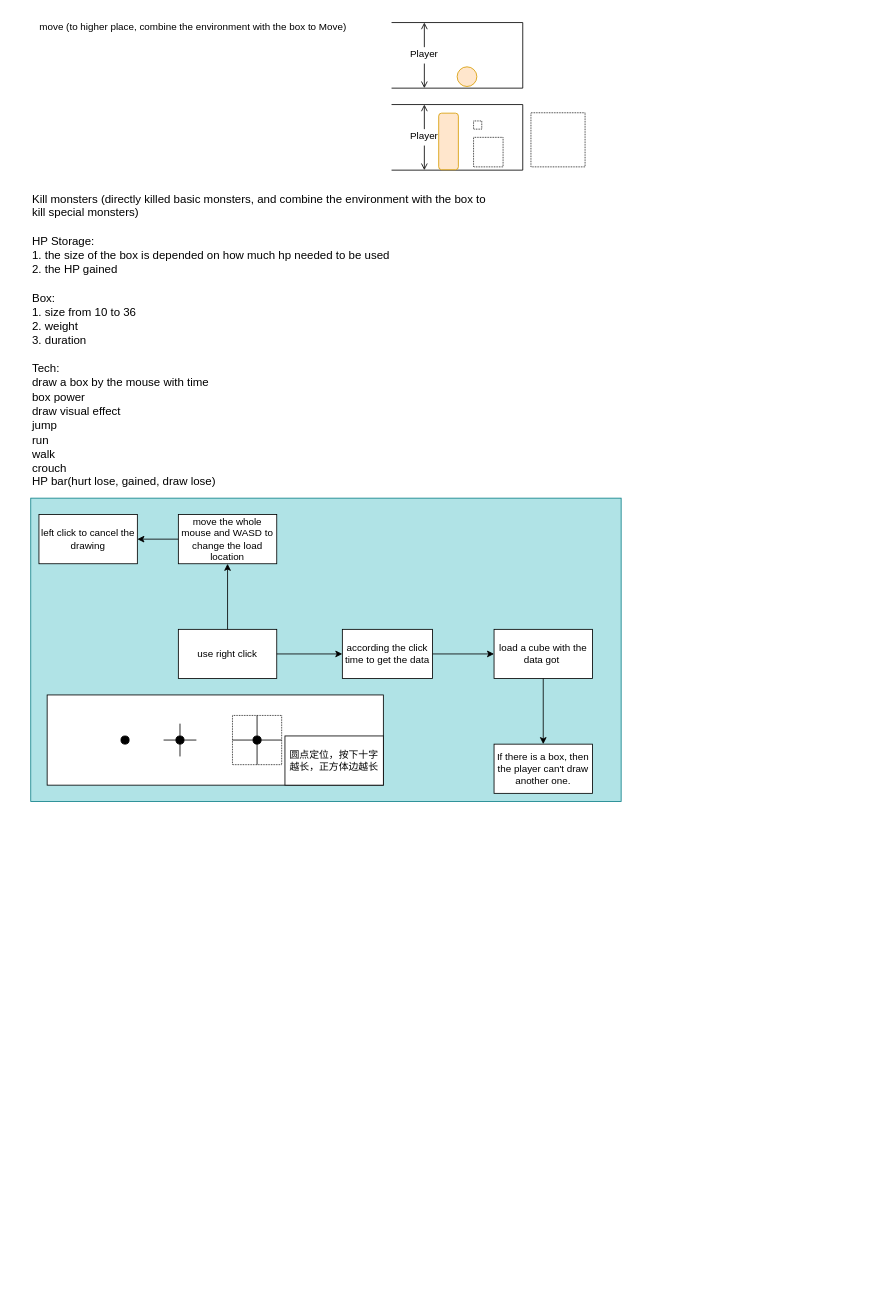
Above: Untitled Diagram.drawio in Yanshang-c/AMD (draw.io), before the change. Source tidied: cells renumbered, new cells numbered last; positions are measured from the earlier drawing's top-left corner, leaving out a move shared by most shapes. Both pictures are drawn from the tidied source at 82%, with x=0, y=0 at pixel (14, 14).
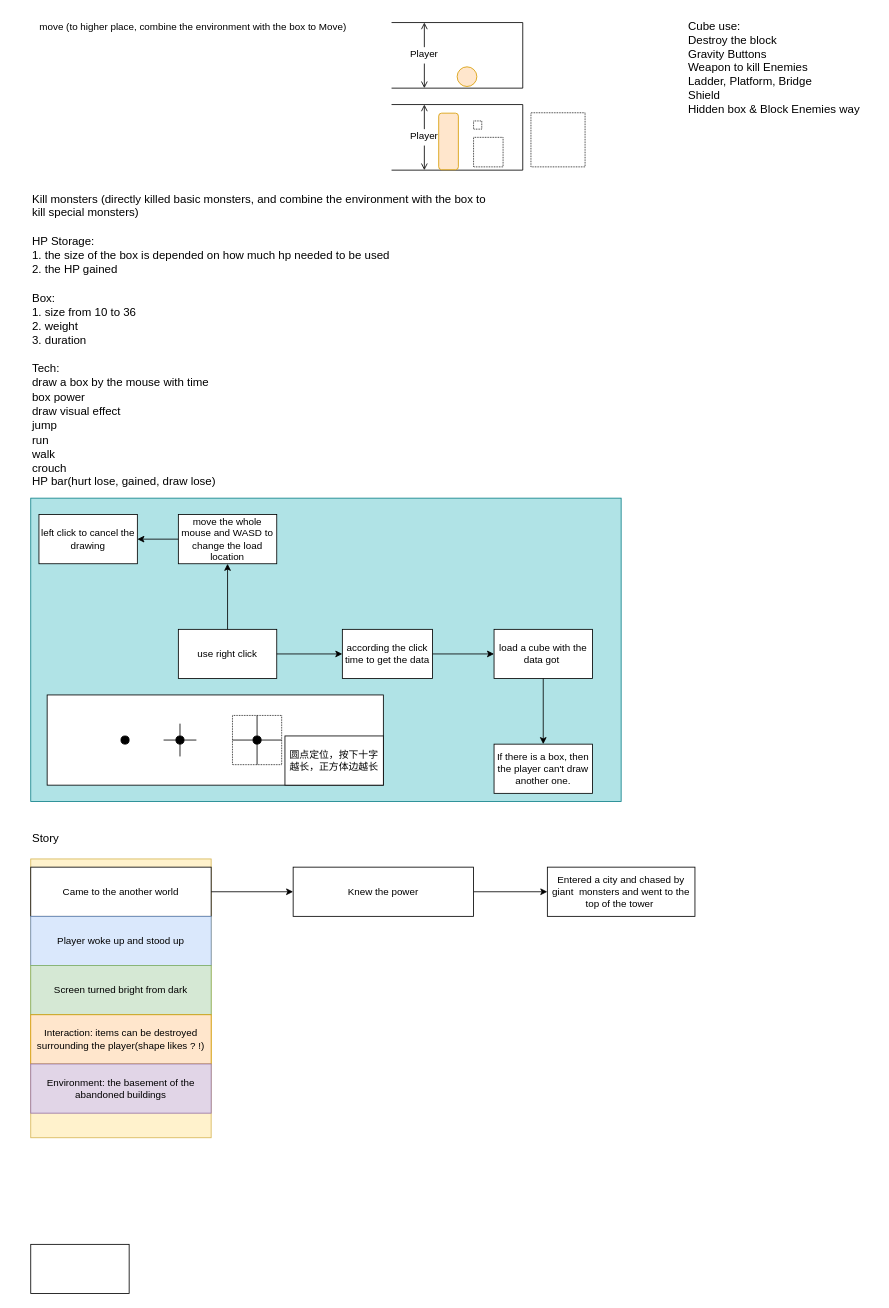
The same page after the edit.

The edit, as a diff of the source:
```diff
@@
+    <mxCell id="47" style="rounded=0;whiteSpace=wrap;html=1;fillColor=#fff2cc;strokeColor=#d6b656;" parent="1" vertex="1">
+      <mxGeometry x="20" y="1030" width="220" height="340" as="geometry" />
+    </mxCell>
@@
+    <mxCell id="48" value="&lt;span style=&quot;color: rgb(0, 0, 0); font-family: 等线, 等线_EmbeddedFont, 等线_MSFontService, sans-serif; font-size: 14px; font-style: normal; font-variant-ligatures: normal; font-variant-caps: normal; font-weight: 400; letter-spacing: normal; orphans: 2; text-align: justify; text-indent: 0px; text-transform: none; widows: 2; word-spacing: 0px; -webkit-text-stroke-width: 0px; background-color: rgb(255, 255, 255); text-decoration-thickness: initial; text-decoration-style: initial; text-decoration-color: initial; float: none; display: inline !important;&quot;&gt;Cube use:&lt;br&gt;Destroy the block&lt;br&gt;Gravity Buttons&lt;br&gt;Weapon to kill Enemies&lt;br&gt;Ladder, Platform, Bridge&lt;br&gt;Shield&lt;br&gt;Hidden box &amp;amp; Block Enemies way&amp;nbsp;&lt;br&gt;&lt;br&gt;&lt;/span&gt;" style="text;whiteSpace=wrap;html=1;" parent="1" vertex="1">
+      <mxGeometry x="820" width="230" height="220" as="geometry" />
+    </mxCell>
+    <mxCell id="49" value="&lt;span style=&quot;color: rgb(0, 0, 0); font-family: 等线, 等线_EmbeddedFont, 等线_MSFontService, sans-serif; font-size: 14px; font-style: normal; font-variant-ligatures: normal; font-variant-caps: normal; font-weight: 400; letter-spacing: normal; orphans: 2; text-align: justify; text-indent: 0px; text-transform: none; widows: 2; word-spacing: 0px; -webkit-text-stroke-width: 0px; background-color: rgb(255, 255, 255); text-decoration-thickness: initial; text-decoration-style: initial; text-decoration-color: initial; float: none; display: inline !important;&quot;&gt;Story&lt;br&gt;&lt;/span&gt;" style="text;whiteSpace=wrap;html=1;" parent="1" vertex="1">
+      <mxGeometry x="20" y="990" width="230" height="30" as="geometry" />
+    </mxCell>
+    <mxCell id="50" style="edgeStyle=orthogonalEdgeStyle;rounded=0;jettySize=auto;html=1;" parent="1" edge="1" source="51" target="53">
+      <mxGeometry relative="1" as="geometry" />
+    </mxCell>
+    <mxCell id="51" value="Came to the another world" style="rounded=0;whiteSpace=wrap;html=1;" parent="1" vertex="1">
+      <mxGeometry x="20" y="1040" width="220" height="60" as="geometry" />
+    </mxCell>
+    <mxCell id="52" style="edgeStyle=orthogonalEdgeStyle;rounded=0;jettySize=auto;html=1;" parent="1" edge="1" source="53" target="54">
+      <mxGeometry relative="1" as="geometry" />
+    </mxCell>
+    <mxCell id="53" value="Knew the power" style="whiteSpace=wrap;html=1;rounded=0;" parent="1" vertex="1">
+      <mxGeometry x="340" y="1040" width="220" height="60" as="geometry" />
+    </mxCell>
+    <mxCell id="54" value="Entered a city and chased by giant&amp;nbsp; monsters and went to the top of the tower&amp;nbsp;" style="whiteSpace=wrap;html=1;rounded=0;" parent="1" vertex="1">
+      <mxGeometry x="650" y="1040" width="180" height="60" as="geometry" />
+    </mxCell>
+    <mxCell id="55" value="Player woke up and stood up" style="rounded=0;whiteSpace=wrap;html=1;fillColor=#dae8fc;strokeColor=#6c8ebf;" parent="1" vertex="1">
+      <mxGeometry x="20" y="1100" width="220" height="60" as="geometry" />
+    </mxCell>
+    <mxCell id="56" value="Screen turned bright from dark" style="rounded=0;whiteSpace=wrap;html=1;fillColor=#d5e8d4;strokeColor=#82b366;" parent="1" vertex="1">
+      <mxGeometry x="20" y="1160" width="220" height="60" as="geometry" />
+    </mxCell>
+    <mxCell id="57" value="Interaction: items can be destroyed surrounding the player(shape likes ? !)" style="rounded=0;whiteSpace=wrap;html=1;fillColor=#ffe6cc;strokeColor=#d79b00;" parent="1" vertex="1">
+      <mxGeometry x="20" y="1220" width="220" height="60" as="geometry" />
+    </mxCell>
+    <mxCell id="58" value="Environment: the basement of the abandoned buildings" style="rounded=0;whiteSpace=wrap;html=1;fillColor=#e1d5e7;strokeColor=#9673a6;" parent="1" vertex="1">
+      <mxGeometry x="20" y="1280" width="220" height="60" as="geometry" />
+    </mxCell>
+    <mxCell id="59" style="rounded=0;whiteSpace=wrap;html=1;" parent="1" vertex="1">
+      <mxGeometry x="20" y="1500" width="120" height="60" as="geometry" />
+    </mxCell>
```
